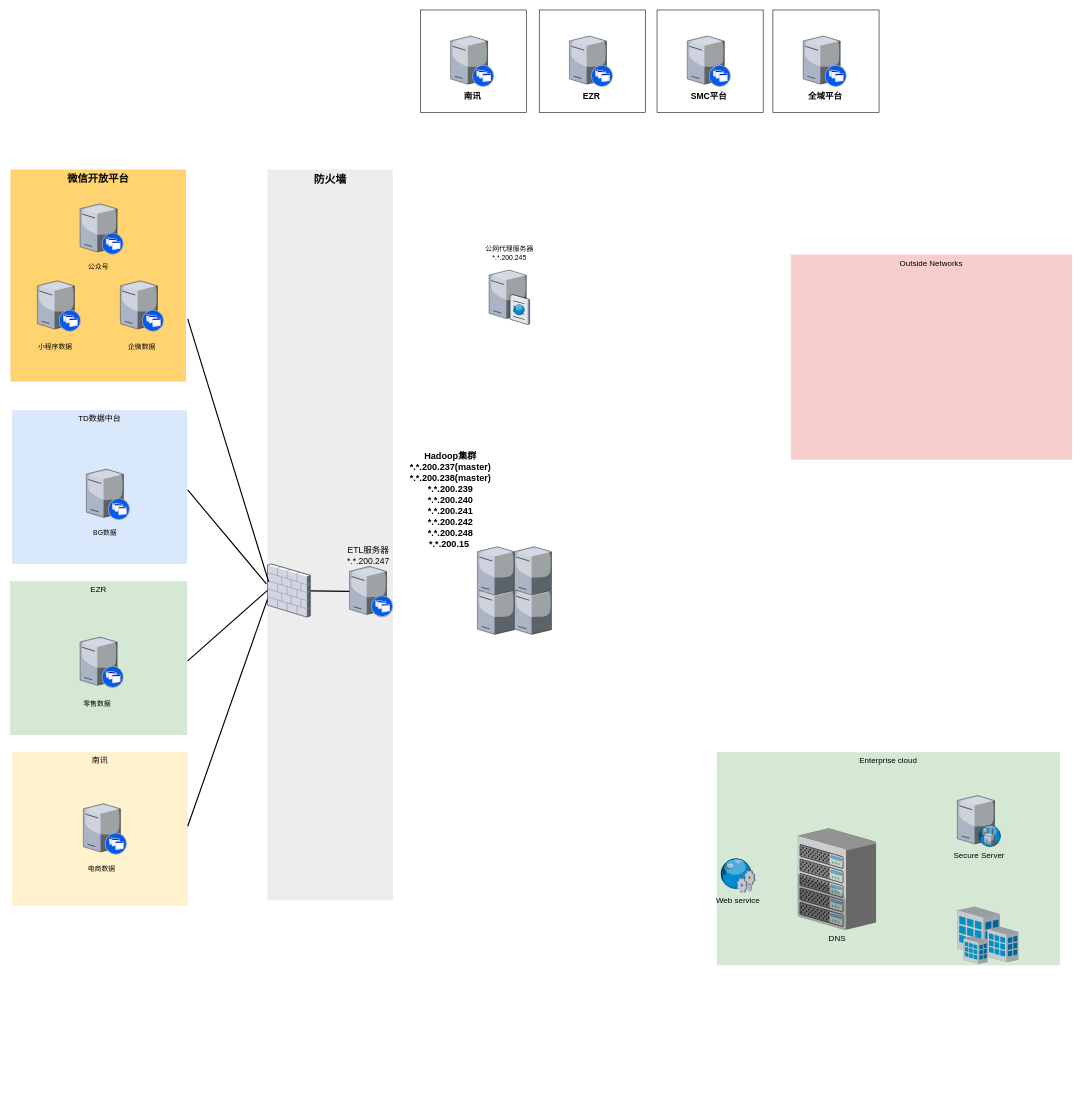
This is source/特步CDP网络拓扑图.drawio from DThadch/draw, a draw.io file, before an edit. Source tidied: cells renumbered, new cells numbered last; positions are measured from the earlier drawing's top-left corner, leaving out a move shared by most shapes. Both pictures are drawn from the tidied source at 57%, with x=0, y=0 at pixel (10, 10).
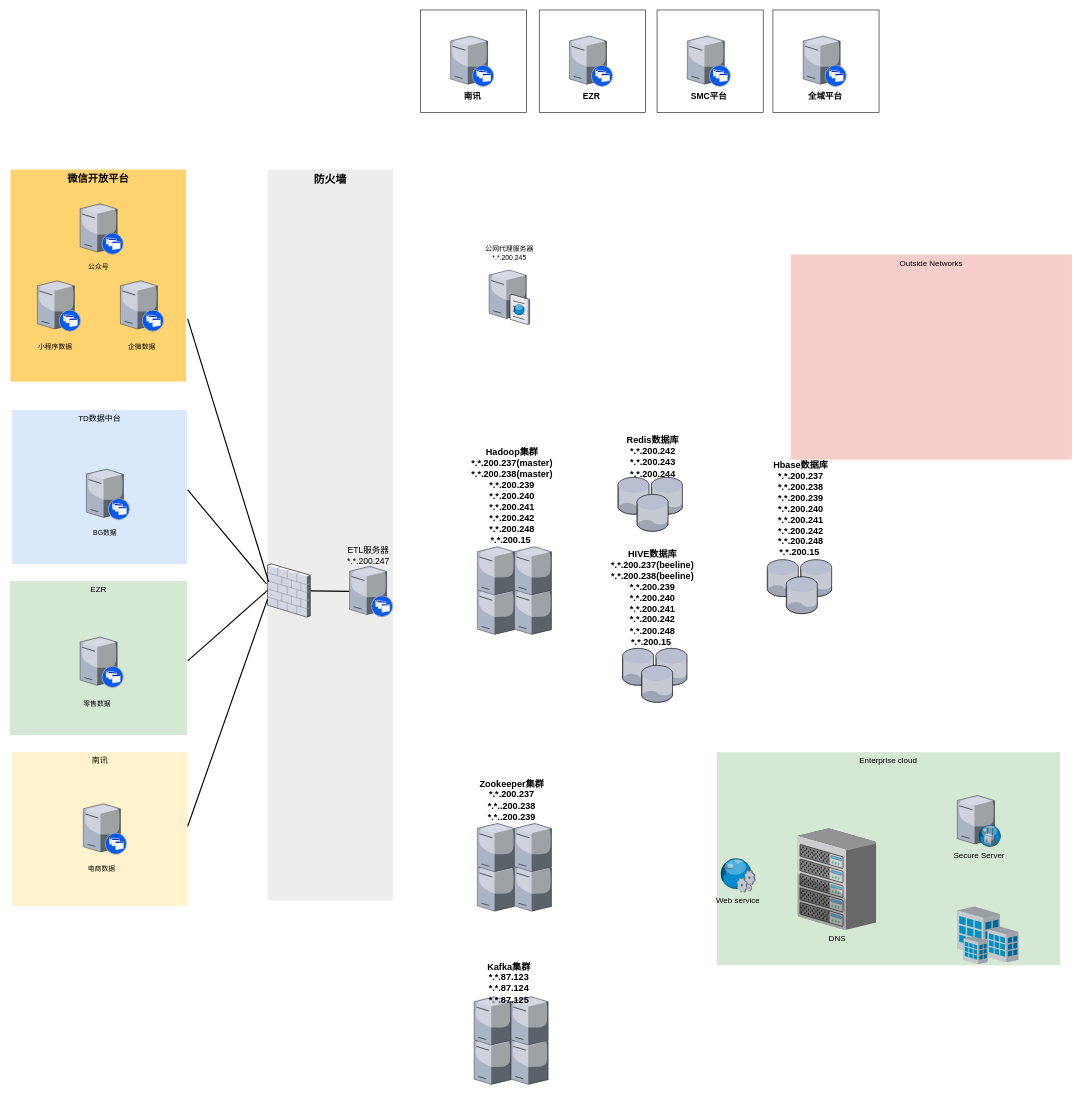
After the change.

Commit message (it also covers changes not shown here):
更新特步CDP网络拓扑图.drawio

The edit, as a diff of the source:
```diff
@@
     <mxCell id="50" value="&lt;div&gt;&lt;span style=&quot;font-size: 12.025pt; font-family: 宋体; font-weight: bold;&quot;&gt;Hadoop集群&lt;br&gt;&lt;/span&gt;&lt;/div&gt;&lt;div&gt;&lt;span style=&quot;font-size: 12pt; font-family: 宋体; font-weight: bold;&quot;&gt;*.*.200.237(master)&lt;br&gt;&lt;/span&gt;&lt;/div&gt;&lt;div&gt;&lt;span style=&quot;font-size: 12pt; font-family: 宋体; font-weight: bold;&quot;&gt;*.*.200.238(master)&lt;br&gt;&lt;/span&gt;&lt;/div&gt;&lt;div&gt;&lt;span style=&quot;font-size: 12pt; font-family: 宋体; font-weight: bold;&quot;&gt;*.*.200.239&lt;br&gt;&lt;/span&gt;&lt;/div&gt;&lt;div&gt;&lt;span style=&quot;font-size: 12pt; font-family: 宋体; font-weight: bold;&quot;&gt;*.*.200.240&lt;br&gt;&lt;/span&gt;&lt;/div&gt;&lt;div&gt;&lt;span style=&quot;font-size: 12pt; font-family: 宋体; font-weight: bold;&quot;&gt;*.*.200.241&lt;br&gt;&lt;/span&gt;&lt;/div&gt;&lt;div&gt;&lt;span style=&quot;font-size: 12.025pt; font-family: 宋体; font-weight: bold;&quot;&gt;*.*.200.242&lt;br&gt;&lt;/span&gt;&lt;/div&gt;&lt;div&gt;&lt;span style=&quot;font-size: 12pt; font-family: 宋体; font-weight: bold;&quot;&gt;*.*.200.248&lt;br&gt;&lt;/span&gt;&lt;/div&gt;&lt;div&gt;&lt;span style=&quot;font-size: 12pt; font-family: 宋体; font-weight: bold;&quot;&gt;*.*.200.15&amp;nbsp;&lt;/span&gt;&lt;/div&gt;&lt;div&gt;&lt;br&gt;&lt;/div&gt;" style="text;html=1;align=center;verticalAlign=middle;whiteSpace=wrap;rounded=0;" parent="1" vertex="1">
-      <mxGeometry x="671.5" y="762" width="202" height="210" as="geometry" />
+      <mxGeometry x="779.5" y="754.5" width="202" height="210" as="geometry" />
     </mxCell>
@@
+    <mxCell id="52" style="verticalLabelPosition=bottom;sketch=0;html=1;verticalAlign=top;strokeColor=none;align=center;shape=mxgraph.citrix.database;" parent="1" vertex="1">
+      <mxGeometry x="1066.6" y="820" width="55" height="64.7" as="geometry" />
+    </mxCell>
+    <mxCell id="53" style="verticalLabelPosition=bottom;sketch=0;html=1;verticalAlign=top;strokeColor=none;align=center;shape=mxgraph.citrix.database;" parent="1" vertex="1">
+      <mxGeometry x="1125.2" y="820" width="55" height="64.7" as="geometry" />
+    </mxCell>
+    <mxCell id="54" style="verticalLabelPosition=bottom;sketch=0;html=1;verticalAlign=top;strokeColor=none;align=center;shape=mxgraph.citrix.database;" parent="1" vertex="1">
+      <mxGeometry x="1100" y="850" width="55" height="64.7" as="geometry" />
+    </mxCell>
+    <mxCell id="55" value="&lt;div&gt;&lt;span style=&quot;font-size: 12pt; font-family: 宋体; font-weight: bold;&quot;&gt;Redis数据库&lt;br&gt;&lt;/span&gt;&lt;/div&gt;&lt;div&gt;&lt;span style=&quot;font-size: 12pt; font-family: 宋体; font-weight: bold;&quot;&gt;*.*.200.242&lt;br&gt;&lt;/span&gt;&lt;/div&gt;&lt;div&gt;&lt;span style=&quot;font-size: 12pt; font-family: 宋体; font-weight: bold;&quot;&gt;*.*.200.243&lt;br&gt;&lt;/span&gt;&lt;/div&gt;&lt;div&gt;&lt;span style=&quot;font-size: 12pt; font-family: 宋体; font-weight: bold;&quot;&gt;&amp;nbsp;*.*.200.244&amp;nbsp;&lt;/span&gt;&lt;/div&gt;&lt;div&gt;&lt;br&gt;&lt;/div&gt;" style="text;html=1;align=center;verticalAlign=middle;whiteSpace=wrap;rounded=0;" parent="1" vertex="1">
+      <mxGeometry x="1059.5" y="750" width="136" height="81" as="geometry" />
+    </mxCell>
+    <mxCell id="56" style="verticalLabelPosition=bottom;sketch=0;html=1;verticalAlign=top;strokeColor=none;align=center;shape=mxgraph.citrix.database;" parent="1" vertex="1">
+      <mxGeometry x="1074.6" y="1120" width="55" height="64.7" as="geometry" />
+    </mxCell>
+    <mxCell id="57" style="verticalLabelPosition=bottom;sketch=0;html=1;verticalAlign=top;strokeColor=none;align=center;shape=mxgraph.citrix.database;" parent="1" vertex="1">
+      <mxGeometry x="1133.2" y="1120" width="55" height="64.7" as="geometry" />
+    </mxCell>
+    <mxCell id="58" style="verticalLabelPosition=bottom;sketch=0;html=1;verticalAlign=top;strokeColor=none;align=center;shape=mxgraph.citrix.database;" parent="1" vertex="1">
+      <mxGeometry x="1108" y="1150" width="55" height="64.7" as="geometry" />
+    </mxCell>
+    <mxCell id="59" value="&lt;div&gt;&lt;br&gt;&lt;div&gt;&lt;span style=&quot;font-size: 12pt; font-family: 宋体; font-weight: bold;&quot;&gt;HIVE数据库&lt;br&gt;&lt;/span&gt;&lt;/div&gt;&lt;div&gt;&lt;span style=&quot;font-size: 12pt; font-family: 宋体; font-weight: bold;&quot;&gt;*.*.200.237(beeline)&lt;br&gt;&lt;/span&gt;&lt;/div&gt;&lt;div&gt;&lt;span style=&quot;font-size: 12pt; font-family: 宋体; font-weight: bold;&quot;&gt;*.*.200.238(beeline)&lt;br&gt;&lt;/span&gt;&lt;/div&gt;&lt;div&gt;&lt;span style=&quot;font-size: 12pt; font-family: 宋体; font-weight: bold;&quot;&gt;*.*.200.239&lt;br&gt;&lt;/span&gt;&lt;/div&gt;&lt;div&gt;&lt;span style=&quot;font-size: 12.025pt; font-family: 宋体; font-weight: bold;&quot;&gt;*.*.200.240&lt;br&gt;&lt;/span&gt;&lt;/div&gt;&lt;div&gt;&lt;span style=&quot;font-size: 12pt; font-family: 宋体; font-weight: bold;&quot;&gt;*.*.200.241&lt;br&gt;&lt;/span&gt;&lt;/div&gt;&lt;div&gt;&lt;span style=&quot;font-size: 12pt; font-family: 宋体; font-weight: bold;&quot;&gt;*.*.200.242&lt;br&gt;&lt;/span&gt;&lt;/div&gt;&lt;div&gt;&lt;span style=&quot;font-size: 12pt; font-family: 宋体; font-weight: bold;&quot;&gt;*.*.200.248&lt;br&gt;&lt;/span&gt;&lt;/div&gt;&lt;div&gt;&lt;span style=&quot;font-size: 12pt; font-family: 宋体; font-weight: bold;&quot;&gt;*.*.200.15&amp;nbsp;&lt;/span&gt;&lt;/div&gt;&lt;br&gt;&lt;/div&gt;" style="text;html=1;align=center;verticalAlign=middle;whiteSpace=wrap;rounded=0;" parent="1" vertex="1">
+      <mxGeometry x="1052.8" y="920" width="149.3" height="222" as="geometry" />
+    </mxCell>
+    <mxCell id="60" style="verticalLabelPosition=bottom;sketch=0;html=1;verticalAlign=top;strokeColor=none;align=center;shape=mxgraph.citrix.database;" parent="1" vertex="1">
+      <mxGeometry x="1328.6" y="964.5" width="55" height="64.7" as="geometry" />
+    </mxCell>
+    <mxCell id="61" style="verticalLabelPosition=bottom;sketch=0;html=1;verticalAlign=top;strokeColor=none;align=center;shape=mxgraph.citrix.database;" parent="1" vertex="1">
+      <mxGeometry x="1387.1" y="964.5" width="55" height="64.7" as="geometry" />
+    </mxCell>
+    <mxCell id="62" style="verticalLabelPosition=bottom;sketch=0;html=1;verticalAlign=top;strokeColor=none;align=center;shape=mxgraph.citrix.database;" parent="1" vertex="1">
+      <mxGeometry x="1361.9" y="994.5" width="55" height="64.7" as="geometry" />
+    </mxCell>
+    <mxCell id="63" value="&lt;div&gt;&lt;span style=&quot;font-size: 12pt; font-family: 宋体; font-weight: bold;&quot;&gt;Hbase数据库&lt;br/&gt;&lt;/span&gt;&lt;/div&gt;&lt;div&gt;&lt;span style=&quot;font-size: 12pt; font-family: 宋体; font-weight: bold;&quot;&gt;*.*.200.237&lt;br/&gt;&lt;/span&gt;&lt;/div&gt;&lt;div&gt;&lt;span style=&quot;font-family: 宋体; font-size: 16px; font-weight: 700; background-color: initial;&quot;&gt;*.*.&lt;/span&gt;&lt;span style=&quot;font-size: 12pt; font-family: 宋体; font-weight: bold;&quot;&gt;200.238&lt;br/&gt;&lt;/span&gt;&lt;/div&gt;&lt;div&gt;&lt;span style=&quot;font-family: 宋体; font-size: 16px; font-weight: 700; background-color: initial;&quot;&gt;*.*.&lt;/span&gt;&lt;span style=&quot;font-size: 12pt; font-family: 宋体; font-weight: bold;&quot;&gt;200.239&lt;br/&gt;&lt;/span&gt;&lt;/div&gt;&lt;div&gt;&lt;span style=&quot;font-family: 宋体; font-size: 16px; font-weight: 700; background-color: initial;&quot;&gt;*.*.&lt;/span&gt;&lt;span style=&quot;font-size: 12.025pt; font-family: 宋体; font-weight: bold;&quot;&gt;200.240&lt;br/&gt;&lt;/span&gt;&lt;/div&gt;&lt;div&gt;&lt;span style=&quot;font-family: 宋体; font-size: 16px; font-weight: 700; background-color: initial;&quot;&gt;*.*.&lt;/span&gt;&lt;span style=&quot;font-size: 12pt; font-family: 宋体; font-weight: bold;&quot;&gt;200.241&lt;br/&gt;&lt;/span&gt;&lt;/div&gt;&lt;div&gt;&lt;span style=&quot;font-family: 宋体; font-size: 16px; font-weight: 700; background-color: initial;&quot;&gt;*.*.&lt;/span&gt;&lt;span style=&quot;font-size: 12pt; font-family: 宋体; font-weight: bold;&quot;&gt;200.242&lt;br/&gt;&lt;/span&gt;&lt;/div&gt;&lt;div&gt;&lt;span style=&quot;font-family: 宋体; font-size: 16px; font-weight: 700; background-color: initial;&quot;&gt;*.*.&lt;/span&gt;&lt;span style=&quot;font-size: 12pt; font-family: 宋体; font-weight: bold;&quot;&gt;200.248&lt;br/&gt;&lt;/span&gt;&lt;/div&gt;&lt;div&gt;&lt;span style=&quot;font-family: 宋体; font-size: 16px; font-weight: 700; background-color: initial;&quot;&gt;*.*.&lt;/span&gt;&lt;span style=&quot;font-size: 12pt; font-family: 宋体; font-weight: bold;&quot;&gt;200.15&amp;nbsp;&lt;br&gt;&lt;/span&gt;&lt;/div&gt;&lt;div&gt;&lt;br/&gt;&lt;/div&gt;" style="text;html=1;align=center;verticalAlign=middle;whiteSpace=wrap;rounded=0;" parent="1" vertex="1">
+      <mxGeometry x="1308" y="770.1" width="158.6" height="224.5" as="geometry" />
+    </mxCell>
+    <mxCell id="64" style="verticalLabelPosition=bottom;sketch=0;html=1;verticalAlign=top;strokeColor=none;align=center;shape=mxgraph.citrix.tower_server;" parent="1" vertex="1">
+      <mxGeometry x="820" y="1496" width="65" height="85" as="geometry" />
+    </mxCell>
+    <mxCell id="65" style="verticalLabelPosition=bottom;sketch=0;html=1;verticalAlign=top;strokeColor=none;align=center;shape=mxgraph.citrix.tower_server;" parent="1" vertex="1">
+      <mxGeometry x="885" y="1496" width="65" height="85" as="geometry" />
+    </mxCell>
+    <mxCell id="66" style="verticalLabelPosition=bottom;sketch=0;html=1;verticalAlign=top;strokeColor=none;align=center;shape=mxgraph.citrix.tower_server;" parent="1" vertex="1">
+      <mxGeometry x="820" y="1427" width="65" height="85" as="geometry" />
+    </mxCell>
+    <mxCell id="67" style="verticalLabelPosition=bottom;sketch=0;html=1;verticalAlign=top;strokeColor=none;align=center;shape=mxgraph.citrix.tower_server;" parent="1" vertex="1">
+      <mxGeometry x="885" y="1427" width="65" height="85" as="geometry" />
+    </mxCell>
+    <mxCell id="68" value="&lt;div&gt;&lt;span style=&quot;font-size: 12pt; font-family: 宋体; font-weight: bold;&quot;&gt;Zookeeper集群&lt;br&gt;&lt;/span&gt;&lt;/div&gt;&lt;div&gt;&lt;span style=&quot;font-size: 12pt; font-family: 宋体; font-weight: bold;&quot;&gt;*.*.200.237&lt;br&gt;&lt;/span&gt;&lt;/div&gt;&lt;div&gt;&lt;span style=&quot;font-family: 宋体; font-size: 16px; font-weight: 700; background-color: initial;&quot;&gt;*.*.&lt;/span&gt;&lt;span style=&quot;font-size: 12pt; font-family: 宋体; font-weight: bold;&quot;&gt;.200.238&lt;br&gt;&lt;/span&gt;&lt;/div&gt;&lt;div&gt;&lt;span style=&quot;font-family: 宋体; font-size: 16px; font-weight: 700; background-color: initial;&quot;&gt;*.*.&lt;/span&gt;&lt;span style=&quot;font-size: 12pt; font-family: 宋体; font-weight: bold;&quot;&gt;.200.239&lt;br&gt;&lt;/span&gt;&lt;/div&gt;&lt;br&gt;&lt;div&gt;&lt;span style=&quot;font-family: 宋体; font-size: 12pt; font-weight: bold; background-color: initial;&quot;&gt;&amp;nbsp;&lt;/span&gt;&lt;br&gt;&lt;/div&gt;&lt;div&gt;&lt;br&gt;&lt;/div&gt;" style="text;html=1;align=center;verticalAlign=middle;whiteSpace=wrap;rounded=0;" parent="1" vertex="1">
+      <mxGeometry x="805.2" y="1370" width="150.5" height="80" as="geometry" />
+    </mxCell>
+    <mxCell id="69" style="verticalLabelPosition=bottom;sketch=0;html=1;verticalAlign=top;strokeColor=none;align=center;shape=mxgraph.citrix.tower_server;" parent="1" vertex="1">
+      <mxGeometry x="814.2" y="1800" width="65" height="85" as="geometry" />
+    </mxCell>
+    <mxCell id="70" style="verticalLabelPosition=bottom;sketch=0;html=1;verticalAlign=top;strokeColor=none;align=center;shape=mxgraph.citrix.tower_server;" parent="1" vertex="1">
+      <mxGeometry x="879.2" y="1800" width="65" height="85" as="geometry" />
+    </mxCell>
+    <mxCell id="71" style="verticalLabelPosition=bottom;sketch=0;html=1;verticalAlign=top;strokeColor=none;align=center;shape=mxgraph.citrix.tower_server;" parent="1" vertex="1">
+      <mxGeometry x="814.2" y="1731" width="65" height="85" as="geometry" />
+    </mxCell>
+    <mxCell id="72" style="verticalLabelPosition=bottom;sketch=0;html=1;verticalAlign=top;strokeColor=none;align=center;shape=mxgraph.citrix.tower_server;" parent="1" vertex="1">
+      <mxGeometry x="879.2" y="1731" width="65" height="85" as="geometry" />
+    </mxCell>
+    <mxCell id="73" value="&lt;div&gt;&lt;span style=&quot;font-size: 12pt; font-family: 宋体; font-weight: bold;&quot;&gt;Kafka集群&lt;br&gt;&lt;/span&gt;&lt;/div&gt;&lt;div&gt;&lt;span style=&quot;font-size: 12pt; font-family: 宋体; font-weight: bold;&quot;&gt;*.*.87.123&lt;br&gt;&lt;/span&gt;&lt;/div&gt;&lt;div&gt;&lt;span style=&quot;font-family: 宋体; font-size: 16px; font-weight: 700; background-color: initial;&quot;&gt;*.*.&lt;/span&gt;&lt;span style=&quot;font-size: 12pt; font-family: 宋体; font-weight: bold;&quot;&gt;87.124&lt;br&gt;&lt;/span&gt;&lt;/div&gt;&lt;div&gt;&lt;span style=&quot;font-family: 宋体; font-size: 16px; font-weight: 700; background-color: initial;&quot;&gt;&amp;nbsp;*.*.&lt;/span&gt;&lt;span style=&quot;font-size: 12pt; font-family: 宋体; font-weight: bold;&quot;&gt;87.125&amp;nbsp;&lt;br&gt;&lt;/span&gt;&lt;/div&gt;&lt;div&gt;&lt;br&gt;&lt;/div&gt;" style="text;html=1;align=center;verticalAlign=middle;whiteSpace=wrap;rounded=0;" parent="1" vertex="1">
+      <mxGeometry x="799.5" y="1674" width="150.5" height="80" as="geometry" />
+    </mxCell>
```
